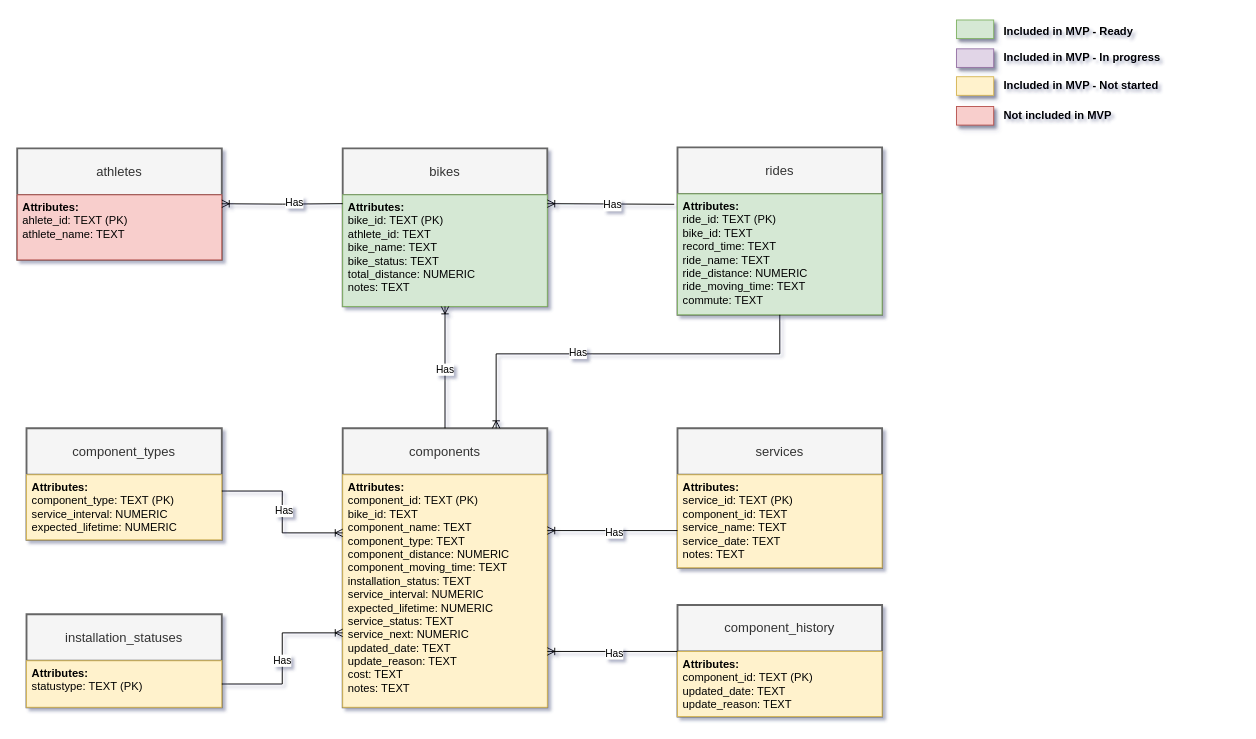
xivind/velo-supervisor-2000 keeps this draw.io diagram as page "ER diagram" (3 of 5) of docs/all_diagrams.drawio. Above is the earlier version. Source tidied: cells renumbered, new cells numbered last; positions are measured from the earlier drawing's top-left corner, leaving out a move shared by most shapes. Both pictures are drawn from the tidied source at 93%, with x=0, y=0 at pixel (17, 18).
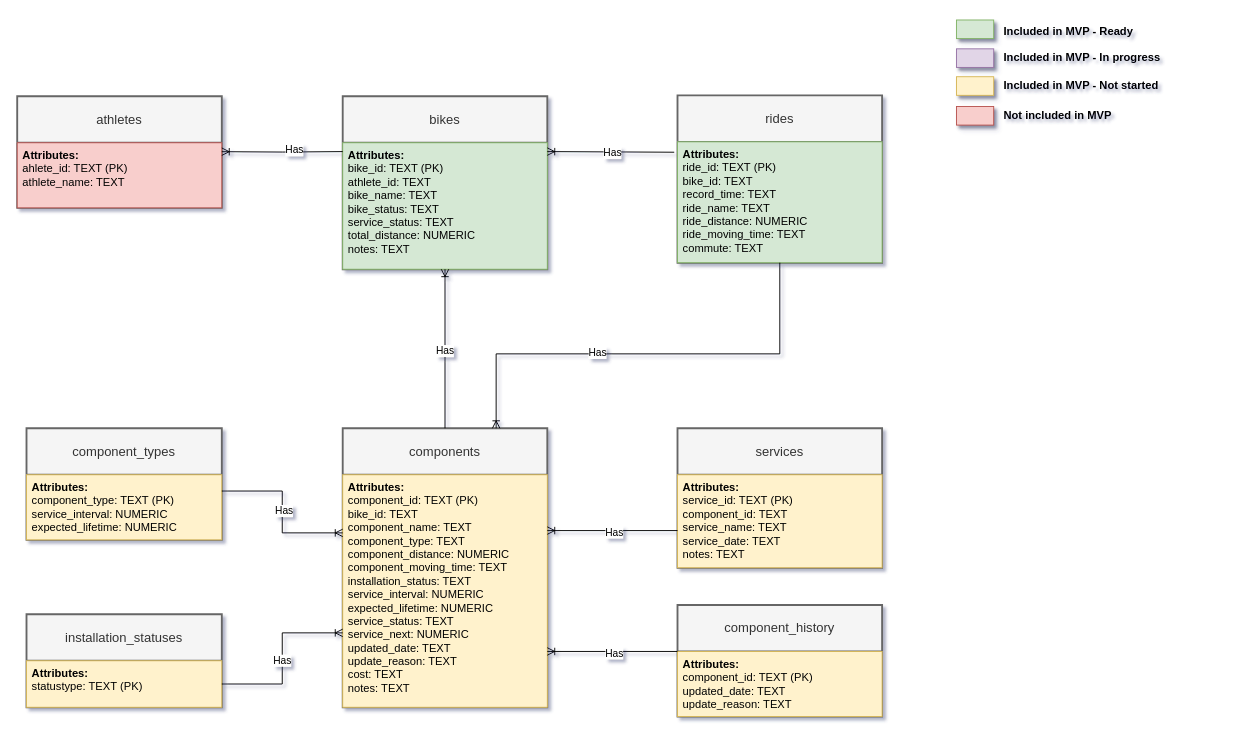
After the change.

Unchanged cells that the change refers to:
```xml
<mxCell id="5" value="&lt;div&gt;&lt;b&gt;Attributes:&lt;/b&gt;&lt;br&gt;&lt;/div&gt;ride_id: TEXT&amp;nbsp;(PK)&lt;div&gt;bike_id&lt;span style=&quot;background-color: initial;&quot;&gt;: TEXT&lt;/span&gt;&lt;/div&gt;&lt;div&gt;&lt;span style=&quot;background-color: initial;&quot;&gt;record_time&lt;/span&gt;&lt;span style=&quot;background-color: initial;&quot;&gt;: TEXT&lt;/span&gt;&lt;br&gt;&lt;/div&gt;&lt;div&gt;ride_name&lt;span style=&quot;background-color: initial;&quot;&gt;: TEXT&lt;/span&gt;&lt;/div&gt;&lt;div&gt;&lt;span style=&quot;background-color: initial;&quot;&gt;ride_distance&lt;/span&gt;&lt;span style=&quot;background-color: initial;&quot;&gt;: NUMERIC&lt;/span&gt;&lt;br&gt;&lt;/div&gt;&lt;div&gt;ride_moving_time&lt;span style=&quot;background-color: initial;&quot;&gt;: TEXT&lt;/span&gt;&lt;br&gt;&lt;/div&gt;&lt;div&gt;&lt;span style=&quot;background-color: initial;&quot;&gt;commute: TEXT&lt;/span&gt;&lt;/div&gt;" style="align=left;spacingLeft=4;fontSize=12;verticalAlign=top;html=1;rounded=0;fillColor=#d5e8d4;strokeColor=#82b366;" parent="4" vertex="1">
  <mxGeometry y="50" width="220" height="130" as="geometry" />
</mxCell>
```

Diff of the diagram source:
```diff
@@
     <mxCell id="2" value="a&lt;span style=&quot;background-color: initial;&quot;&gt;thletes&lt;/span&gt;" style="swimlane;horizontal=1;startSize=50;rounded=0;fontSize=14;fontStyle=0;strokeWidth=2;shadow=0;dashed=0;align=center;arcSize=0;whiteSpace=wrap;html=1;fillColor=#f5f5f5;strokeColor=#666666;fontColor=#333333;" parent="1" vertex="1">
-      <mxGeometry y="140" width="220" height="120" as="geometry" />
+      <mxGeometry y="84" width="220" height="120" as="geometry" />
     </mxCell>
@@
     <mxCell id="4" value="rides" style="swimlane;horizontal=1;startSize=50;rounded=0;fontSize=14;fontStyle=0;strokeWidth=2;shadow=0;dashed=0;align=center;arcSize=0;whiteSpace=wrap;html=1;fillColor=#f5f5f5;fontColor=#333333;strokeColor=#666666;" parent="1" vertex="1">
-      <mxGeometry x="710" y="139" width="220" height="180" as="geometry" />
+      <mxGeometry x="710" y="83" width="220" height="180" as="geometry" />
     </mxCell>
@@
     <mxCell id="6" value="bikes" style="swimlane;horizontal=1;startSize=50;rounded=0;fontSize=14;fontStyle=0;strokeWidth=2;shadow=0;dashed=0;align=center;arcSize=0;whiteSpace=wrap;html=1;fillColor=#f5f5f5;strokeColor=#666666;fontColor=#333333;" parent="1" vertex="1">
-      <mxGeometry x="350" y="140" width="220" height="170" as="geometry" />
+      <mxGeometry x="350" y="84" width="220" height="186" as="geometry" />
     </mxCell>
-    <mxCell id="7" value="&lt;div&gt;&lt;b&gt;Attributes:&lt;/b&gt;&lt;br&gt;&lt;/div&gt;bike_id: TEXT&amp;nbsp;(PK)&lt;div&gt;athlete_id&lt;span style=&quot;background-color: initial;&quot;&gt;: TEXT&lt;/span&gt;&lt;/div&gt;&lt;div&gt;&lt;span style=&quot;background-color: initial;&quot;&gt;bike_name&lt;/span&gt;&lt;span style=&quot;background-color: initial;&quot;&gt;: TEXT&lt;/span&gt;&lt;br&gt;&lt;/div&gt;&lt;div&gt;bike_status: TEXT&lt;br&gt;&lt;div&gt;total_distance&lt;span style=&quot;background-color: initial;&quot;&gt;: NUMERIC&lt;/span&gt;&lt;/div&gt;&lt;div&gt;notes&lt;span style=&quot;background-color: initial;&quot;&gt;: TEXT&lt;/span&gt;&lt;/div&gt;&lt;/div&gt;" style="align=left;spacingLeft=4;fontSize=12;verticalAlign=top;html=1;rounded=0;fillColor=#d5e8d4;strokeColor=#82b366;" parent="6" vertex="1">
-      <mxGeometry y="50" width="220" height="120" as="geometry" />
+    <mxCell id="7" value="&lt;div&gt;&lt;b&gt;Attributes:&lt;/b&gt;&lt;br&gt;&lt;/div&gt;bike_id: TEXT&amp;nbsp;(PK)&lt;div&gt;athlete_id&lt;span style=&quot;background-color: initial;&quot;&gt;: TEXT&lt;/span&gt;&lt;/div&gt;&lt;div&gt;&lt;span style=&quot;background-color: initial;&quot;&gt;bike_name&lt;/span&gt;&lt;span style=&quot;background-color: initial;&quot;&gt;: TEXT&lt;/span&gt;&lt;br&gt;&lt;/div&gt;&lt;div&gt;bike_status: TEXT&lt;/div&gt;&lt;div&gt;service_status: TEXT&lt;br&gt;&lt;div&gt;total_distance&lt;span style=&quot;background-color: initial;&quot;&gt;: NUMERIC&lt;/span&gt;&lt;/div&gt;&lt;div&gt;notes&lt;span style=&quot;background-color: initial;&quot;&gt;: TEXT&lt;/span&gt;&lt;/div&gt;&lt;/div&gt;" style="align=left;spacingLeft=4;fontSize=12;verticalAlign=top;html=1;rounded=0;fillColor=#d5e8d4;strokeColor=#82b366;" parent="6" vertex="1">
+      <mxGeometry y="50" width="220" height="136" as="geometry" />
     </mxCell>
@@
     <mxCell id="14" style="fontSize=12;html=1;endArrow=ERoneToMany;rounded=0;entryX=1;entryY=0.25;entryDx=0;entryDy=0;edgeStyle=orthogonalEdgeStyle;exitX=0;exitY=0.176;exitDx=0;exitDy=0;exitPerimeter=0;" parent="1" edge="1">
       <mxGeometry relative="1" as="geometry">
-        <mxPoint x="350" y="199.5" as="sourcePoint" />
-        <mxPoint x="220" y="199.6" as="targetPoint" />
+        <mxPoint x="350" y="143.5" as="sourcePoint" />
+        <mxPoint x="220" y="143.6" as="targetPoint" />
       </mxGeometry>
     </mxCell>
@@
     <mxCell id="20" style="fontSize=12;html=1;endArrow=ERoneToMany;rounded=0;exitX=-0.016;exitY=0.086;exitDx=0;exitDy=0;exitPerimeter=0;" parent="1" edge="1" source="5">
       <mxGeometry relative="1" as="geometry">
-        <mxPoint x="570" y="199.5" as="targetPoint" />
+        <mxPoint x="570" y="143.5" as="targetPoint" />
       </mxGeometry>
     </mxCell>
```
